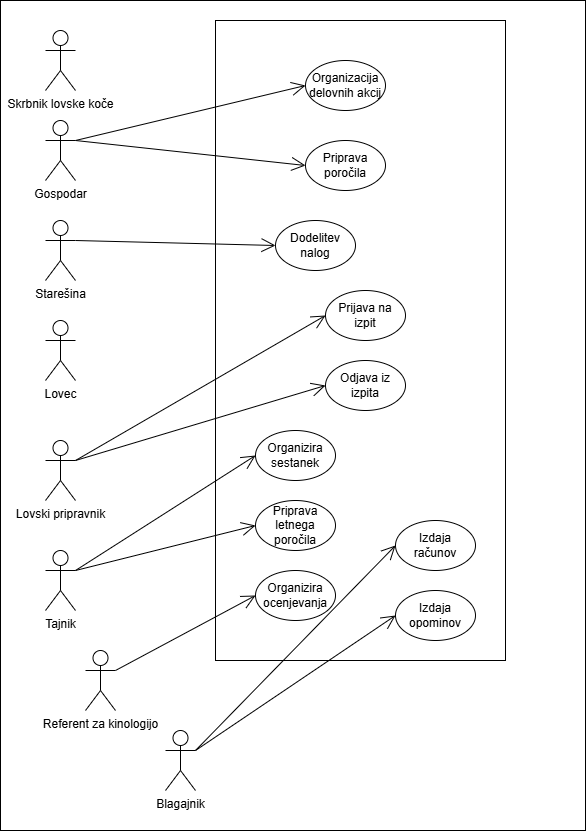
Above: PrimerUporabeLovstvo.drawio.png in ErnestISv/Lovstvo (draw.io), before the change. Source tidied: cells renumbered, new cells last; positions are measured from the earlier drawing's top-left corner, leaving out a move shared by most shapes.
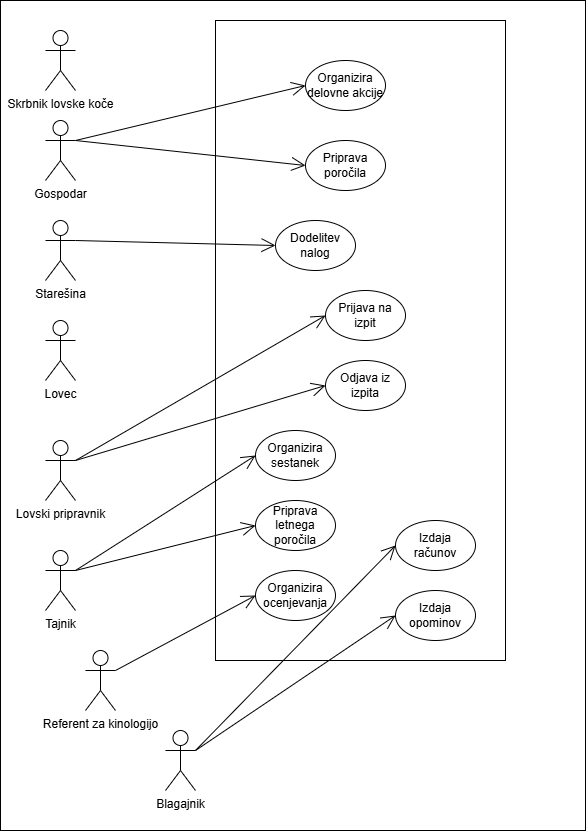
The same file after the commit.

Diff of the diagram source:
```diff
@@ -53,7 +53,7 @@
     <mxCell id="18" style="endArrow=open;endFill=1;endSize=12;html=1;rounded=0;exitX=1;exitY=0.3333333333333333;exitDx=0;exitDy=0;exitPerimeter=0;entryX=0;entryY=0.5;entryDx=0;entryDy=0;" parent="1" edge="1" source="14" target="17">
       <mxGeometry relative="1" as="geometry" />
     </mxCell>
-    <mxCell id="19" value="Organizacija delovn&lt;span style=&quot;color: rgba(0, 0, 0, 0); font-family: monospace; font-size: 0px; text-align: start; text-wrap-mode: nowrap;&quot;&gt;%3CmxGraphModel%3E%3Croot%3E%3CmxCell%20id%3D%220%22%2F%3E%3CmxCell%20id%3D%221%22%20parent%3D%220%22%2F%3E%3CmxCell%20id%3D%222%22%20value%3D%22Prijava%20na%20izpit%26lt%3Bspan%20style%3D%26quot%3Bcolor%3A%20rgba(0%2C%200%2C%200%2C%200)%3B%20font-family%3A%20monospace%3B%20font-size%3A%200px%3B%20text-align%3A%20start%3B%20text-wrap-mode%3A%20nowrap%3B%26quot%3B%26gt%3B%253CmxGraphModel%253E%253Croot%253E%253CmxCell%2520id%253D%25220%2522%252F%253E%253CmxCell%2520id%253D%25221%2522%2520parent%253D%25220%2522%252F%253E%253CmxCell%2520id%253D%25222%2522%2520value%253D%2522Prijava%2522%2520style%253D%2522ellipse%253BwhiteSpace%253Dwrap%253Bhtml%253D1%253B%2522%2520vertex%253D%25221%2522%2520parent%253D%25221%2522%253E%253CmxGeometry%2520x%253D%2522340%2522%2520y%253D%2522190%2522%2520width%253D%252280%2522%2520height%253D%252250%2522%2520as%253D%2522geometry%2522%252F%253E%253C%252FmxCell%253E%253C%252Froot%253E%253C%252FmxGraphModel%253E%26lt%3B%2Fspan%26gt%3B%22%20style%3D%22ellipse%3BwhiteSpace%3Dwrap%3Bhtml%3D1%3B%22%20vertex%3D%221%22%20parent%3D%221%22%3E%3CmxGeometry%20x%3D%22310%22%20y%3D%22400%22%20width%3D%2280%22%20height%3D%2250%22%20as%3D%22geometry%22%2F%3E%3C%2FmxCell%3E%3C%2Froot%3E%3C%2FmxGraphModel%3E&lt;/span&gt;ih akcij&lt;span style=&quot;color: rgba(0, 0, 0, 0); font-family: monospace; font-size: 0px; text-align: start; text-wrap-mode: nowrap;&quot;&gt;%3CmxGraphModel%3E%3Croot%3E%3CmxCell%20id%3D%220%22%2F%3E%3CmxCell%20id%3D%221%22%20parent%3D%220%22%2F%3E%3CmxCell%20id%3D%222%22%20value%3D%22Prijava%20na%20izpit%26lt%3Bspan%20style%3D%26quot%3Bcolor%3A%20rgba(0%2C%200%2C%200%2C%200)%3B%20font-family%3A%20monospace%3B%20font-size%3A%200px%3B%20text-align%3A%20start%3B%20text-wrap-mode%3A%20nowrap%3B%26quot%3B%26gt%3B%253CmxGraphModel%253E%253Croot%253E%253CmxCell%2520id%253D%25220%2522%252F%253E%253CmxCell%2520id%253D%25221%2522%2520parent%253D%25220%2522%252F%253E%253CmxCell%2520id%253D%25222%2522%2520value%253D%2522Prijava%2522%2520style%253D%2522ellipse%253BwhiteSpace%253Dwrap%253Bhtml%253D1%253B%2522%2520vertex%253D%25221%2522%2520parent%253D%25221%2522%253E%253CmxGeometry%2520x%253D%2522340%2522%2520y%253D%2522190%2522%2520width%253D%252280%2522%2520height%253D%252250%2522%2520as%253D%2522geometry%2522%252F%253E%253C%252FmxCell%253E%253C%252Froot%253E%253C%252FmxGraphModel%253E%26lt%3B%2Fspan%26gt%3B%22%20style%3D%22ellipse%3BwhiteSpace%3Dwrap%3Bhtml%3D1%3B%22%20vertex%3D%221%22%20parent%3D%221%22%3E%3CmxGeometry%20x%3D%22310%22%20y%3D%22400%22%20width%3D%2280%22%20height%3D%2250%22%20as%3D%22geometry%22%2F%3E%3C%2FmxCell%3E%3C%2Froot%3E%3C%2FmxGraphModel%3E&lt;/span&gt;" style="ellipse;whiteSpace=wrap;html=1;" parent="1" vertex="1">
+    <mxCell id="19" value="Organizira delovne akcije" style="ellipse;whiteSpace=wrap;html=1;" parent="1" vertex="1">
       <mxGeometry x="305" y="60" width="80" height="50" as="geometry" />
     </mxCell>
     <mxCell id="20" value="Priprava poročila" style="ellipse;whiteSpace=wrap;html=1;" parent="1" vertex="1">
```
